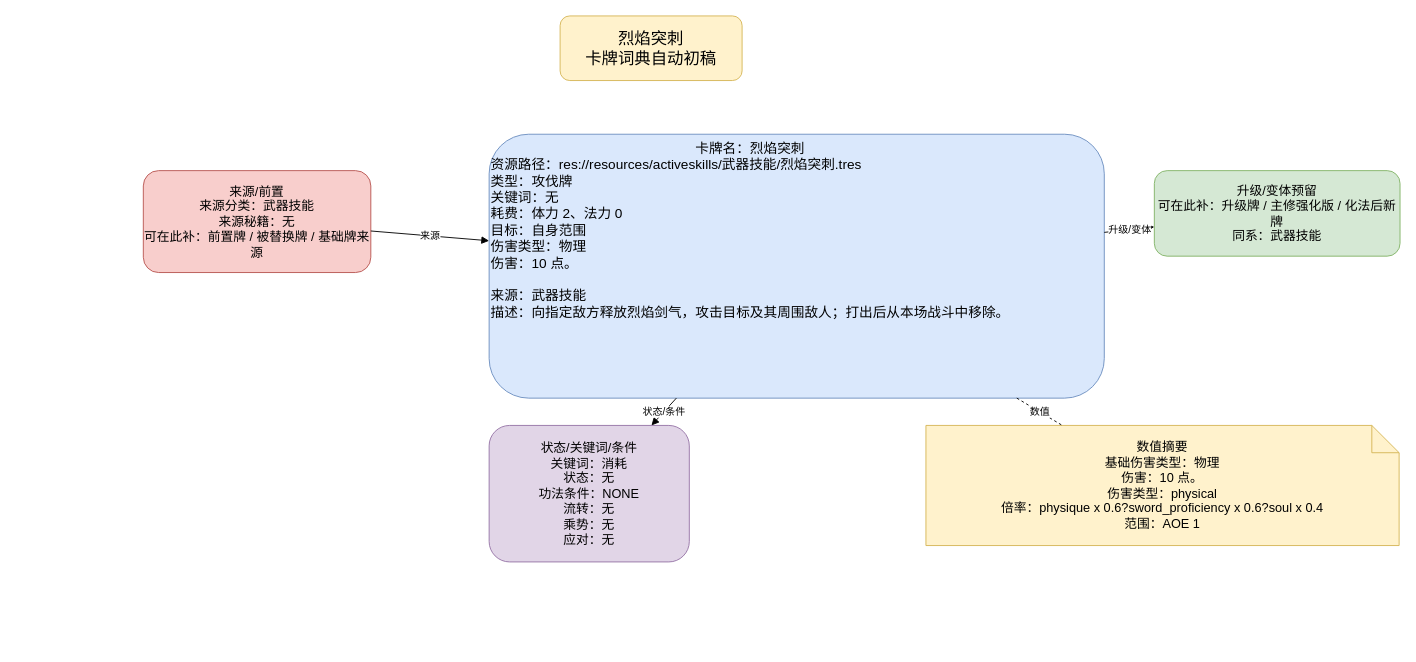
The draw.io diagram page "烈焰突刺" (1 of 2) of docs/卡牌词典/武器技能/烈焰突刺.drawio in ankundanetracyc-spec/tian-guan-you-du, before the edit. Source tidied: cells renumbered, new cells numbered last; positions are measured from the earlier drawing's top-left corner, leaving out a move shared by most shapes. Both pictures are drawn from the tidied source at 91%, with x=0, y=0 at pixel (143, 15).
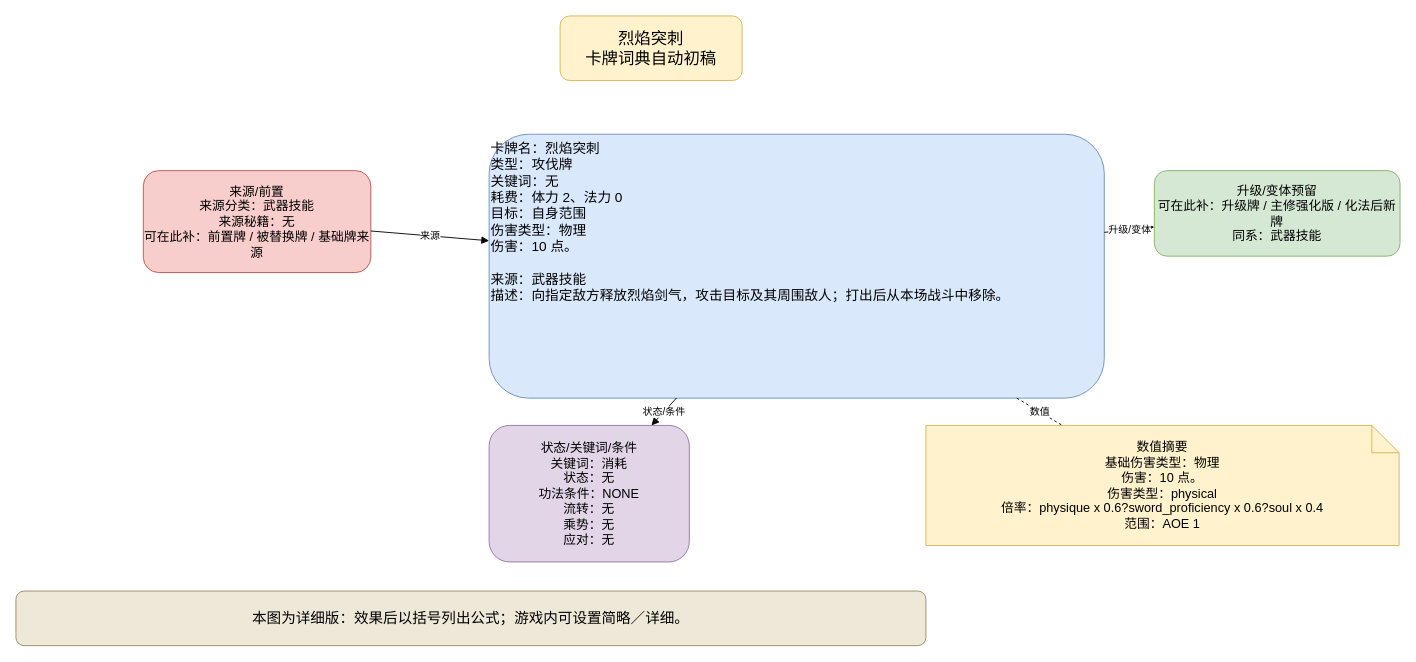
After the change.

Change to the diagram source:
```diff
@@
 <mxGraphModel>
   <root>
     <mxCell id="0" />
     <mxCell id="1" parent="0" />
     <mxCell id="2" value="烈焰突刺&#10;卡牌词典自动初稿" style="rounded=1;whiteSpace=wrap;html=1;fillColor=#fff2cc;strokeColor=#d6b656;fontSize=18;" parent="1" vertex="1">
       <mxGeometry x="458" width="200" height="71" as="geometry" />
     </mxCell>
-    <mxCell id="3" value="&lt;div style=&quot;text-align:center;&quot;&gt;卡牌名：烈焰突刺&lt;/div&gt;&lt;div style=&quot;text-align:left;&quot;&gt;资源路径：res://resources/activeskills/武器技能/烈焰突刺.tres&lt;br&gt;类型：攻伐牌&lt;br&gt;关键词：无&lt;br&gt;耗费：体力 2、法力 0&lt;br&gt;目标：自身范围&lt;br&gt;伤害类型：物理&lt;br&gt;伤害：10 点。&lt;/div&gt;&lt;br&gt;来源：武器技能&lt;br&gt;描述：向指定敌方释放烈焰剑气，攻击目标及其周围敌人；打出后从本场战斗中移除。" style="rounded=1;whiteSpace=wrap;html=1;fillColor=#dae8fc;strokeColor=#6c8ebf;fontSize=15;align=left;verticalAlign=top;" parent="1" vertex="1">
+    <mxCell id="3" value="卡牌名：烈焰突刺&#10;类型：攻伐牌&#10;关键词：无&#10;耗费：体力 2、法力 0&#10;目标：自身范围&#10;伤害类型：物理&#10;伤害：10 点。&#10;&#10;来源：武器技能&#10;描述：向指定敌方释放烈焰剑气，攻击目标及其周围敌人；打出后从本场战斗中移除。" style="rounded=1;whiteSpace=wrap;html=1;fillColor=#dae8fc;strokeColor=#6c8ebf;fontSize=15;align=left;verticalAlign=top;" parent="1" vertex="1">
       <mxGeometry x="380" y="130" width="676" height="290" as="geometry" />
     </mxCell>
     <mxCell id="4" value="来源/前置&#10;来源分类：武器技能&#10;来源秘籍：无&#10;可在此补：前置牌 / 被替换牌 / 基础牌来源" style="rounded=1;whiteSpace=wrap;html=1;fillColor=#f8cecc;strokeColor=#b85450;fontSize=14;" parent="1" vertex="1">
       <mxGeometry y="170" width="250" height="112" as="geometry" />
     </mxCell>
     <mxCell id="5" value="升级/变体预留&#10;可在此补：升级牌 / 主修强化版 / 化法后新牌&#10;同系：武器技能" style="rounded=1;whiteSpace=wrap;html=1;fillColor=#d5e8d4;strokeColor=#82b366;fontSize=14;" parent="1" vertex="1">
       <mxGeometry x="1111" y="170" width="270" height="94" as="geometry" />
     </mxCell>
     <mxCell id="6" value="状态/关键词/条件&#10;关键词：消耗&#10;状态：无&#10;功法条件：NONE&#10;流转：无&#10;乘势：无&#10;应对：无" style="rounded=1;whiteSpace=wrap;html=1;fillColor=#e1d5e7;strokeColor=#9673a6;fontSize=14;" parent="1" vertex="1">
       <mxGeometry x="380" y="450" width="220" height="150" as="geometry" />
     </mxCell>
     <mxCell id="7" value="数值摘要&lt;br&gt;基础伤害类型：物理&lt;br&gt;伤害：10 点。&lt;br&gt;伤害类型：physical&lt;br&gt;倍率：physique x 0.6?sword_proficiency x 0.6?soul x 0.4&lt;br&gt;范围：AOE 1" style="shape=note;whiteSpace=wrap;html=1;fillColor=#fff2cc;strokeColor=#d6b656;fontSize=14;" parent="1" vertex="1">
       <mxGeometry x="860" y="450" width="520" height="132" as="geometry" />
     </mxCell>
     <mxCell id="8" value="来源" style="endArrow=block;html=1;rounded=0;" parent="1" edge="1" source="4" target="3">
       <mxGeometry relative="1" as="geometry" />
     </mxCell>
     <mxCell id="9" value="升级/变体" style="endArrow=block;html=1;rounded=0;" parent="1" edge="1" source="3" target="5">
       <mxGeometry relative="1" as="geometry" />
     </mxCell>
     <mxCell id="10" value="状态/条件" style="endArrow=block;html=1;rounded=0;" parent="1" edge="1" source="3" target="6">
       <mxGeometry relative="1" as="geometry" />
     </mxCell>
     <mxCell id="11" value="数值" style="endArrow=none;dashed=1;html=1;" parent="1" edge="1" source="3" target="7">
       <mxGeometry relative="1" as="geometry" />
     </mxCell>
+    <mxCell id="12" value="本图为详细版：效果后以括号列出公式；游戏内可设置简略／详细。" style="rounded=1;whiteSpace=wrap;html=1;fillColor=#eee8d8;strokeColor=#9a8967;fontSize=16;" parent="1" vertex="1">
+      <mxGeometry x="-140" y="632" width="1000" height="60" as="geometry" />
+    </mxCell>
   </root>
 </mxGraphModel>
```
